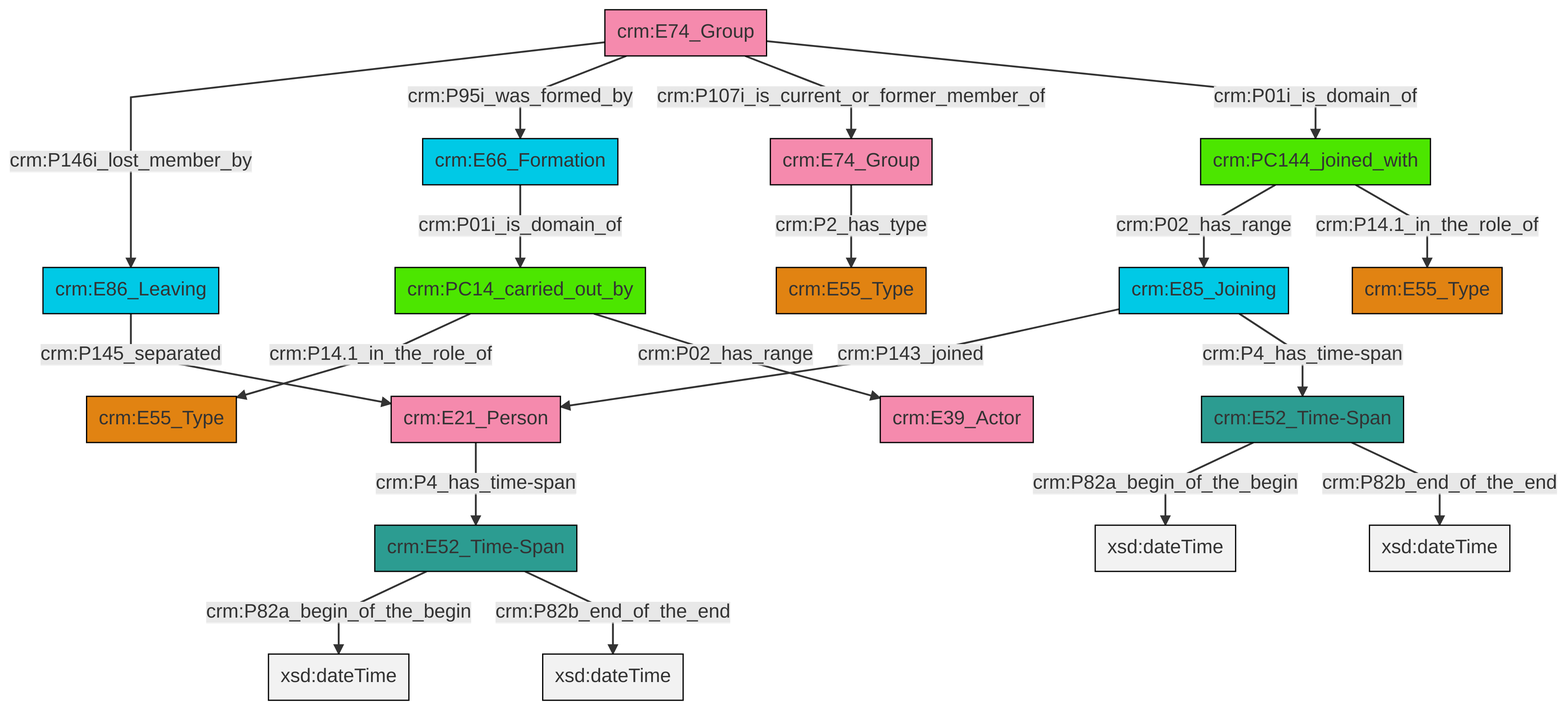
Above: et/groupCSV/ttl/mmd/png/group_actor_relations.png in swiss-art-research-net/reference-data-models (Mermaid), before the change. Its source is kept beside it as et/groupCSV/ttl/mmd/group_actor_relations.ttl.mmd.
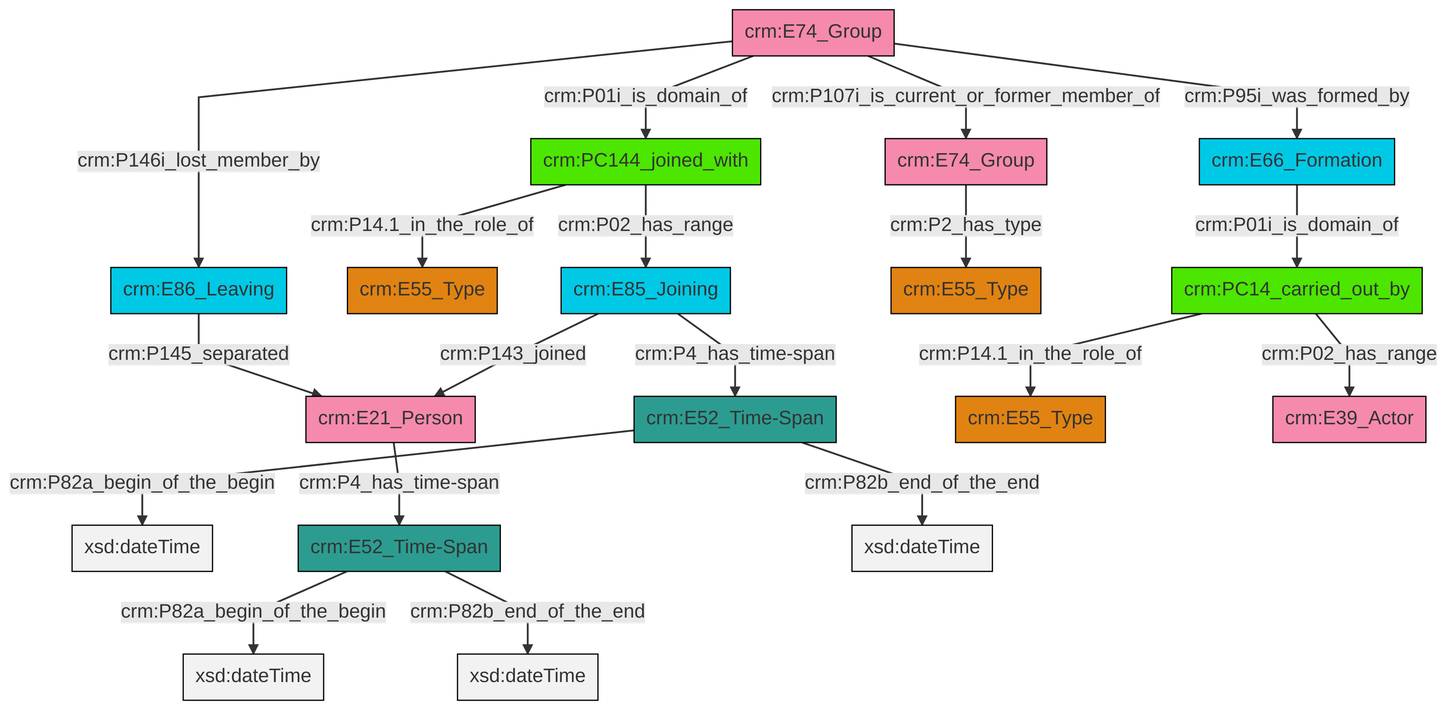
The same file after the commit.

What changed in the source:
```diff
@@ -13,21 +13,21 @@
 classDef PC_Classes fill:#4ce600, stroke:#000000;
 classDef Multi fill:#cccccc,stroke:#000000;
 
-0["crm:E52_Time-Span"]:::Time-Span -->|crm:P82a_begin_of_the_begin| 1[xsd:dateTime]:::Literal
+0["crm:E86_Leaving"]:::Temporal_Entity -->|crm:P145_separated| 1["crm:E21_Person"]:::Actor
 2["crm:E52_Time-Span"]:::Time-Span -->|crm:P82a_begin_of_the_begin| 3[xsd:dateTime]:::Literal
-6["crm:E74_Group"]:::Actor -->|crm:P146i_lost_member_by| 7["crm:E86_Leaving"]:::Temporal_Entity
-8["crm:E85_Joining"]:::Temporal_Entity -->|crm:P143_joined| 9["crm:E21_Person"]:::Actor
-9["crm:E21_Person"]:::Actor -->|crm:P4_has_time-span| 2["crm:E52_Time-Span"]:::Time-Span
-0["crm:E52_Time-Span"]:::Time-Span -->|crm:P82b_end_of_the_end| 10[xsd:dateTime]:::Literal
-2["crm:E52_Time-Span"]:::Time-Span -->|crm:P82b_end_of_the_end| 17[xsd:dateTime]:::Literal
-6["crm:E74_Group"]:::Actor -->|crm:P95i_was_formed_by| 18["crm:E66_Formation"]:::Temporal_Entity
-21["crm:PC14_carried_out_by"]:::PC_Classes -->|crm:P14.1_in_the_role_of| 11["crm:E55_Type"]:::Type
-8["crm:E85_Joining"]:::Temporal_Entity -->|crm:P4_has_time-span| 0["crm:E52_Time-Span"]:::Time-Span
-18["crm:E66_Formation"]:::Temporal_Entity -->|crm:P01i_is_domain_of| 21["crm:PC14_carried_out_by"]:::PC_Classes
-23["crm:E74_Group"]:::Actor -->|crm:P2_has_type| 4["crm:E55_Type"]:::Type
-7["crm:E86_Leaving"]:::Temporal_Entity -->|crm:P145_separated| 9["crm:E21_Person"]:::Actor
-14["crm:PC144_joined_with"]:::PC_Classes -->|crm:P02_has_range| 8["crm:E85_Joining"]:::Temporal_Entity
-6["crm:E74_Group"]:::Actor -->|crm:P107i_is_current_or_former_member_of| 23["crm:E74_Group"]:::Actor
-14["crm:PC144_joined_with"]:::PC_Classes -->|crm:P14.1_in_the_role_of| 25["crm:E55_Type"]:::Type
-21["crm:PC14_carried_out_by"]:::PC_Classes -->|crm:P02_has_range| 30["crm:E39_Actor"]:::Actor
-6["crm:E74_Group"]:::Actor -->|crm:P01i_is_domain_of| 14["crm:PC144_joined_with"]:::PC_Classes
+6["crm:E52_Time-Span"]:::Time-Span -->|crm:P82a_begin_of_the_begin| 7[xsd:dateTime]:::Literal
+4["crm:PC144_joined_with"]:::PC_Classes -->|crm:P14.1_in_the_role_of| 10["crm:E55_Type"]:::Type
+1["crm:E21_Person"]:::Actor -->|crm:P4_has_time-span| 6["crm:E52_Time-Span"]:::Time-Span
+16["crm:E74_Group"]:::Actor -->|crm:P01i_is_domain_of| 4["crm:PC144_joined_with"]:::PC_Classes
+8["crm:E66_Formation"]:::Temporal_Entity -->|crm:P01i_is_domain_of| 17["crm:PC14_carried_out_by"]:::PC_Classes
+17["crm:PC14_carried_out_by"]:::PC_Classes -->|crm:P02_has_range| 21["crm:E39_Actor"]:::Actor
+6["crm:E52_Time-Span"]:::Time-Span -->|crm:P82b_end_of_the_end| 22[xsd:dateTime]:::Literal
+16["crm:E74_Group"]:::Actor -->|crm:P107i_is_current_or_former_member_of| 14["crm:E74_Group"]:::Actor
+23["crm:E85_Joining"]:::Temporal_Entity -->|crm:P143_joined| 1["crm:E21_Person"]:::Actor
+17["crm:PC14_carried_out_by"]:::PC_Classes -->|crm:P14.1_in_the_role_of| 11["crm:E55_Type"]:::Type
+16["crm:E74_Group"]:::Actor -->|crm:P95i_was_formed_by| 8["crm:E66_Formation"]:::Temporal_Entity
+16["crm:E74_Group"]:::Actor -->|crm:P146i_lost_member_by| 0["crm:E86_Leaving"]:::Temporal_Entity
+23["crm:E85_Joining"]:::Temporal_Entity -->|crm:P4_has_time-span| 2["crm:E52_Time-Span"]:::Time-Span
+14["crm:E74_Group"]:::Actor -->|crm:P2_has_type| 18["crm:E55_Type"]:::Type
+2["crm:E52_Time-Span"]:::Time-Span -->|crm:P82b_end_of_the_end| 30[xsd:dateTime]:::Literal
+4["crm:PC144_joined_with"]:::PC_Classes -->|crm:P02_has_range| 23["crm:E85_Joining"]:::Temporal_Entity
```
